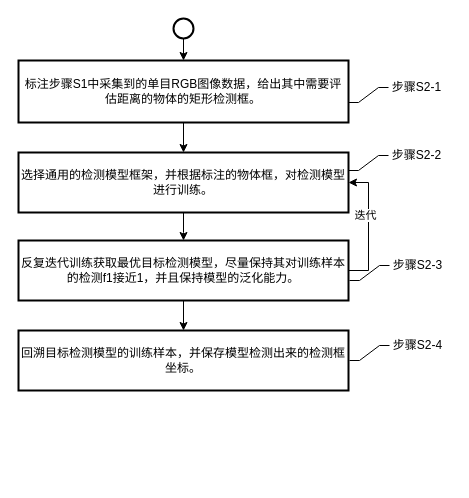
Above: page "第 5 页" (5 of 7) of 未命名绘图.drawio in luhaofang/luhaofang.github.io (draw.io), before the change. Source tidied: cells renumbered, new cells numbered last; positions are measured from the earlier drawing's top-left corner, leaving out a move shared by most shapes. Both pictures are drawn from the tidied source at 100%, with x=0, y=0 at pixel (18, 18).
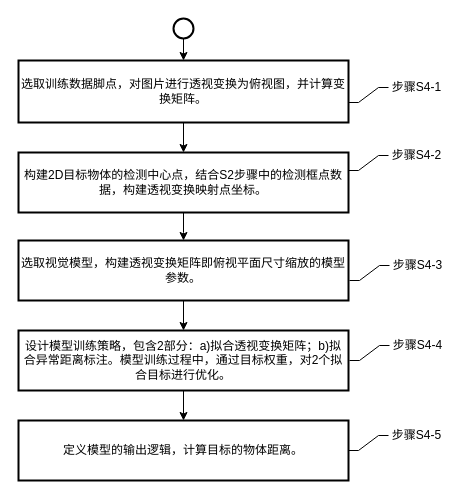
The same page after the edit.

Commit message:
更新未命名绘图.drawio

Change to the diagram source:
```diff
@@
-    <mxCell id="3" value="标注步骤S1中采集到的单目RGB图像数据，给出其中需要评估距离的物体的矩形检测框。" style="rounded=1;whiteSpace=wrap;html=1;absoluteArcSize=1;arcSize=0;strokeWidth=2;" parent="1" vertex="1">
+    <mxCell id="3" value="选取训练数据脚点，对图片进行透视变换为俯视图，并计算变换矩阵。" style="rounded=1;whiteSpace=wrap;html=1;absoluteArcSize=1;arcSize=0;strokeWidth=2;" parent="1" vertex="1">
       <mxGeometry y="42" width="330" height="62" as="geometry" />
     </mxCell>
@@
-    <mxCell id="7" value="选择通用的检测模型框架，并根据标注的物体框，对检测模型进行训练。" style="rounded=1;whiteSpace=wrap;html=1;absoluteArcSize=1;arcSize=0;strokeWidth=2;" parent="1" vertex="1">
+    <mxCell id="7" value="构建2D目标物体的检测中心点，结合S2步骤中的检测框点数据，构建透视变换映射点坐标。" style="rounded=1;whiteSpace=wrap;html=1;absoluteArcSize=1;arcSize=0;strokeWidth=2;" parent="1" vertex="1">
       <mxGeometry y="134" width="330" height="60" as="geometry" />
     </mxCell>
+    <mxCell id="21" style="edgeStyle=orthogonalEdgeStyle;rounded=0;jettySize=auto;html=1;strokeColor=default;" parent="1" edge="1" source="8" target="22">
+      <mxGeometry relative="1" as="geometry" />
+    </mxCell>
-    <mxCell id="8" value="回溯目标检测模型的训练样本，并保存模型检测出来的检测框坐标。" style="rounded=1;whiteSpace=wrap;html=1;absoluteArcSize=1;arcSize=0;strokeWidth=2;" parent="1" vertex="1">
+    <mxCell id="8" value="设计模型训练策略，包含2部分：a)拟合透视变换矩阵；b)拟合异常距离标注。模型训练过程中，通过目标权重，对2个拟合目标进行优化。" style="rounded=1;whiteSpace=wrap;html=1;absoluteArcSize=1;arcSize=0;strokeWidth=2;" parent="1" vertex="1">
       <mxGeometry y="312" width="330" height="60" as="geometry" />
     </mxCell>
@@
-    <mxCell id="10" style="edgeStyle=orthogonalEdgeStyle;rounded=0;jettySize=auto;html=1;exitX=1;exitY=0.5;exitDx=0;exitDy=0;entryX=1;entryY=0.5;entryDx=0;entryDy=0;strokeColor=default;" parent="1" edge="1" source="12" target="7">
-      <mxGeometry relative="1" as="geometry" />
-    </mxCell>
-    <mxCell id="11" value="迭代" style="edgeLabel;html=1;align=center;verticalAlign=middle;" parent="10" vertex="1">
-      <mxGeometry x="0.19" y="4" relative="1" as="geometry" />
-    </mxCell>
-    <mxCell id="12" value="反复迭代训练获取最优目标检测模型，尽量保持其对训练样本的检测f1接近1，并且保持模型的泛化能力。" style="rounded=1;whiteSpace=wrap;html=1;absoluteArcSize=1;arcSize=0;strokeWidth=2;" parent="1" vertex="1">
+    <mxCell id="12" value="选取视觉模型，构建透视变换矩阵即俯视平面尺寸缩放的模型参数。" style="rounded=1;whiteSpace=wrap;html=1;absoluteArcSize=1;arcSize=0;strokeWidth=2;" parent="1" vertex="1">
       <mxGeometry y="222" width="330" height="60" as="geometry" />
     </mxCell>
@@
-    <mxCell id="14" value="步骤S2-1" style="text;html=1;align=center;verticalAlign=middle;strokeColor=none;fillColor=none;" parent="1" vertex="1">
+    <mxCell id="14" value="步骤S4-1" style="text;html=1;align=center;verticalAlign=middle;strokeColor=none;fillColor=none;" parent="1" vertex="1">
       <mxGeometry x="363" y="54" width="70" height="30" as="geometry" />
     </mxCell>
@@
-    <mxCell id="16" value="步骤S2-2" style="text;html=1;align=center;verticalAlign=middle;strokeColor=none;fillColor=none;" parent="1" vertex="1">
+    <mxCell id="16" value="步骤S4-2" style="text;html=1;align=center;verticalAlign=middle;strokeColor=none;fillColor=none;" parent="1" vertex="1">
       <mxGeometry x="363" y="122" width="70" height="30" as="geometry" />
     </mxCell>
@@
-    <mxCell id="18" value="步骤S2-3" style="text;html=1;align=center;verticalAlign=middle;strokeColor=none;fillColor=none;" parent="1" vertex="1">
+    <mxCell id="18" value="步骤S4-3" style="text;html=1;align=center;verticalAlign=middle;strokeColor=none;fillColor=none;" parent="1" vertex="1">
       <mxGeometry x="364" y="232" width="70" height="30" as="geometry" />
     </mxCell>
@@
-    <mxCell id="20" value="步骤S2-4" style="text;html=1;align=center;verticalAlign=middle;strokeColor=none;fillColor=none;" parent="1" vertex="1">
+    <mxCell id="20" value="步骤S4-4" style="text;html=1;align=center;verticalAlign=middle;strokeColor=none;fillColor=none;" parent="1" vertex="1">
       <mxGeometry x="364" y="312" width="70" height="30" as="geometry" />
     </mxCell>
+    <mxCell id="22" value="定义模型的输出逻辑，计算目标的物体距离。" style="rounded=1;whiteSpace=wrap;html=1;absoluteArcSize=1;arcSize=0;strokeWidth=2;" parent="1" vertex="1">
+      <mxGeometry y="402" width="330" height="60" as="geometry" />
+    </mxCell>
+    <mxCell id="23" style="edgeStyle=entityRelationEdgeStyle;startArrow=none;endArrow=none;segment=10;rounded=0;strokeColor=default;exitX=1;exitY=0.5;exitDx=0;exitDy=0;" parent="1" edge="1">
+      <mxGeometry relative="1" as="geometry">
+        <mxPoint x="330" y="432" as="sourcePoint" />
+        <mxPoint x="370" y="417" as="targetPoint" />
+      </mxGeometry>
+    </mxCell>
+    <mxCell id="24" value="步骤S4-5" style="text;html=1;align=center;verticalAlign=middle;strokeColor=none;fillColor=none;" parent="1" vertex="1">
+      <mxGeometry x="363" y="402" width="70" height="30" as="geometry" />
+    </mxCell>
```
